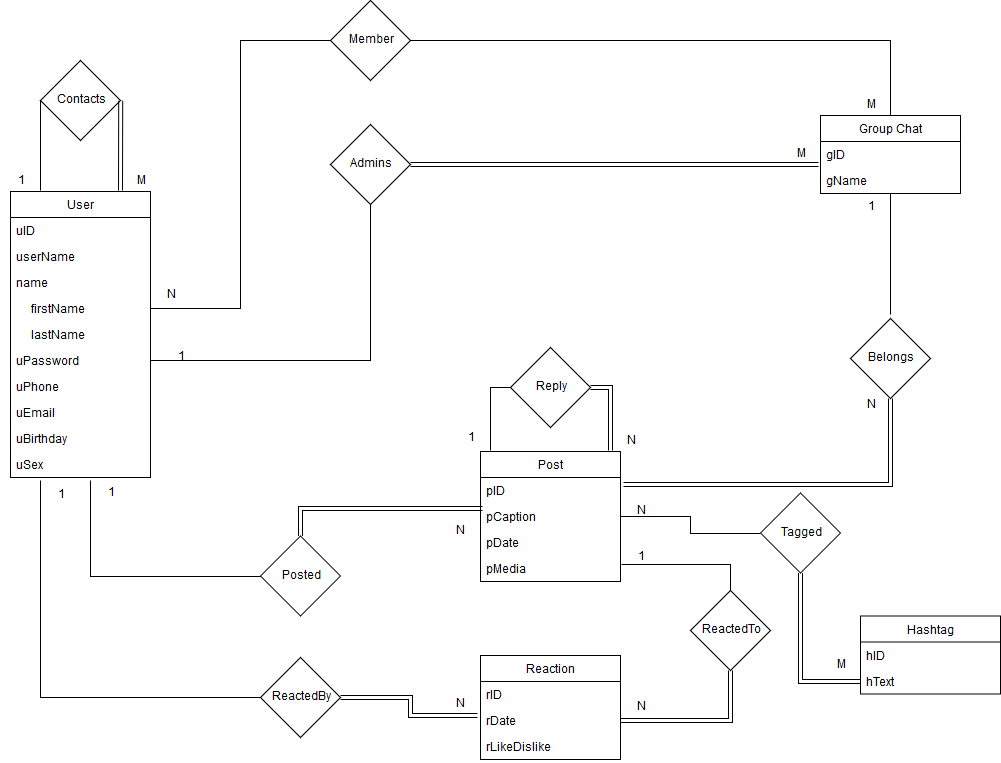
Before: ER.png, a diagram exported from draw.io (MelvinJ95/Database_Dev). Source tidied: cells renumbered, new cells last; positions are measured from the earlier drawing's top-left corner, leaving out a move shared by most shapes.
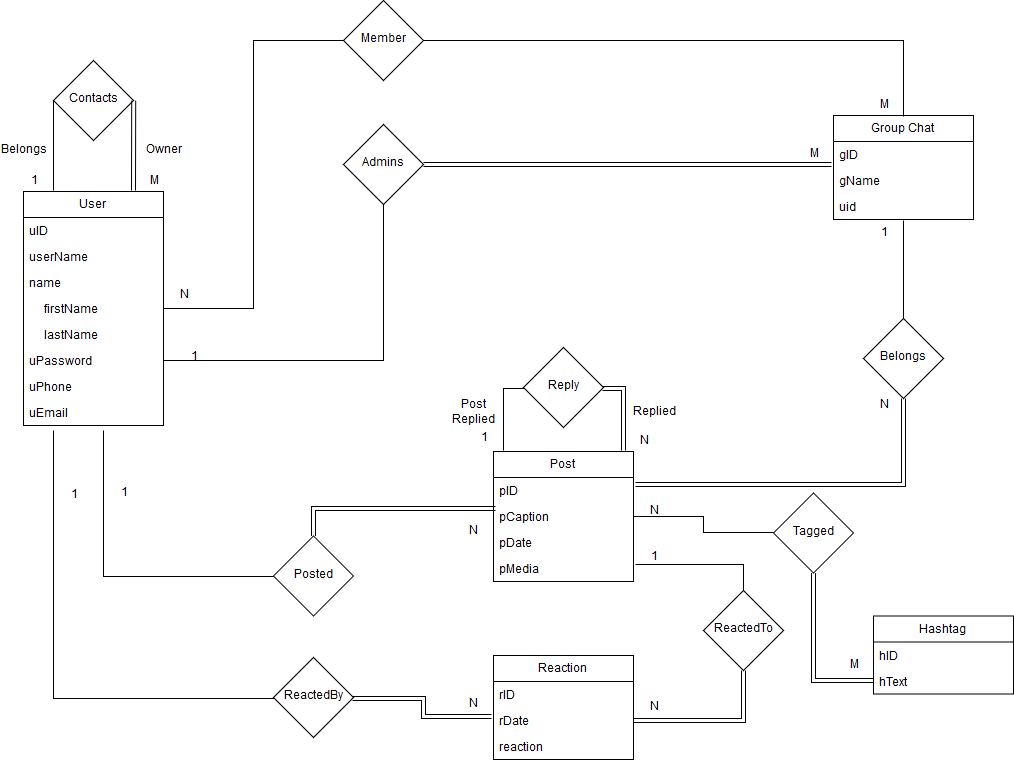
Above is the later version.

The edit, as a diff of the source:
```diff
@@ -3,7 +3,7 @@
     <mxCell id="0" />
     <mxCell id="1" parent="0" />
     <mxCell id="2" value="User" style="swimlane;fontStyle=0;horizontal=1;startSize=26;fillColor=none;" parent="1" vertex="1">
-      <mxGeometry x="10" y="191" width="140" height="286" as="geometry" />
+      <mxGeometry x="10" y="191" width="140" height="234" as="geometry" />
     </mxCell>
     <mxCell id="3" value="uID" style="text;strokeColor=none;fillColor=none;align=left;verticalAlign=top;spacingLeft=4;spacingRight=4;overflow=hidden;" parent="2" vertex="1">
       <mxGeometry y="26" width="140" height="26" as="geometry" />
@@ -29,14 +29,8 @@
     <mxCell id="10" value="uEmail" style="text;strokeColor=none;fillColor=none;align=left;verticalAlign=top;spacingLeft=4;spacingRight=4;overflow=hidden;" parent="2" vertex="1">
       <mxGeometry y="208" width="140" height="26" as="geometry" />
     </mxCell>
-    <mxCell id="11" value="uBirthday" style="text;strokeColor=none;fillColor=none;align=left;verticalAlign=top;spacingLeft=4;spacingRight=4;overflow=hidden;" parent="2" vertex="1">
-      <mxGeometry y="234" width="140" height="26" as="geometry" />
-    </mxCell>
-    <mxCell id="12" value="uSex" style="text;strokeColor=none;fillColor=none;align=left;verticalAlign=top;spacingLeft=4;spacingRight=4;overflow=hidden;" parent="2" vertex="1">
-      <mxGeometry y="260" width="140" height="26" as="geometry" />
-    </mxCell>
     <mxCell id="13" value="Group Chat" style="swimlane;fontStyle=0;horizontal=1;startSize=26;fillColor=none;" parent="1" vertex="1">
-      <mxGeometry x="820" y="115" width="140" height="78" as="geometry" />
+      <mxGeometry x="820" y="115" width="140" height="104" as="geometry" />
     </mxCell>
     <mxCell id="14" value="gID" style="text;strokeColor=none;fillColor=none;align=left;verticalAlign=top;spacingLeft=4;spacingRight=4;overflow=hidden;points=[[0,0.5],[1,0.5]];portConstraint=eastwest;" parent="13" vertex="1">
       <mxGeometry y="26" width="140" height="26" as="geometry" />
@@ -44,6 +38,9 @@
     <mxCell id="15" value="gName" style="text;strokeColor=none;fillColor=none;align=left;verticalAlign=top;spacingLeft=4;spacingRight=4;overflow=hidden;points=[[0,0.5],[1,0.5]];portConstraint=eastwest;" parent="13" vertex="1">
       <mxGeometry y="52" width="140" height="26" as="geometry" />
     </mxCell>
+    <mxCell id="73" value="uid" style="text;strokeColor=none;fillColor=none;align=left;verticalAlign=top;spacingLeft=4;spacingRight=4;overflow=hidden;" parent="13" vertex="1">
+      <mxGeometry y="78" width="140" height="26" as="geometry" />
+    </mxCell>
     <mxCell id="16" value="Reaction" style="swimlane;fontStyle=0;horizontal=1;startSize=26;fillColor=none;" parent="1" vertex="1">
       <mxGeometry x="480" y="655" width="140" height="104" as="geometry" />
     </mxCell>
@@ -53,7 +50,7 @@
     <mxCell id="18" value="rDate" style="text;strokeColor=none;fillColor=none;align=left;verticalAlign=top;spacingLeft=4;spacingRight=4;overflow=hidden;points=[[0,0.5],[1,0.5]];portConstraint=eastwest;" parent="16" vertex="1">
       <mxGeometry y="52" width="140" height="26" as="geometry" />
     </mxCell>
-    <mxCell id="19" value="rLikeDislike" style="text;strokeColor=none;fillColor=none;align=left;verticalAlign=top;spacingLeft=4;spacingRight=4;overflow=hidden;" parent="16" vertex="1">
+    <mxCell id="19" value="reaction" style="text;strokeColor=none;fillColor=none;align=left;verticalAlign=top;spacingLeft=4;spacingRight=4;overflow=hidden;" parent="16" vertex="1">
       <mxGeometry y="78" width="140" height="26" as="geometry" />
     </mxCell>
     <mxCell id="20" value="Post" style="swimlane;fontStyle=0;horizontal=1;startSize=26;fillColor=none;" parent="1" vertex="1">
@@ -100,7 +97,7 @@
     </mxCell>
     <mxCell id="34" style="edgeStyle=orthogonalEdgeStyle;rounded=0;html=1;jettySize=auto;endArrow=none;endFill=0;" parent="1" edge="1" source="36">
       <mxGeometry relative="1" as="geometry">
-        <mxPoint x="90" y="480" as="targetPoint" />
+        <mxPoint x="90" y="430" as="targetPoint" />
       </mxGeometry>
     </mxCell>
     <mxCell id="35" style="edgeStyle=orthogonalEdgeStyle;rounded=0;html=1;entryX=0.014;entryY=0.199;entryDx=0;entryDy=0;entryPerimeter=0;jettySize=auto;shape=link;" parent="1" edge="1" source="36" target="22">
@@ -111,7 +108,7 @@
     </mxCell>
     <mxCell id="37" style="edgeStyle=orthogonalEdgeStyle;rounded=0;html=1;jettySize=auto;endArrow=none;endFill=0;" parent="1" edge="1" source="39">
       <mxGeometry relative="1" as="geometry">
-        <mxPoint x="40" y="480" as="targetPoint" />
+        <mxPoint x="40" y="430" as="targetPoint" />
       </mxGeometry>
     </mxCell>
     <mxCell id="38" style="edgeStyle=orthogonalEdgeStyle;rounded=0;html=1;entryX=-0.021;entryY=1.308;entryDx=0;entryDy=0;entryPerimeter=0;jettySize=auto;shape=link;" parent="1" edge="1" source="39" target="17">
@@ -157,7 +154,7 @@
     <mxCell id="50" value="Belongs" style="rhombus;whiteSpace=wrap;html=1;" parent="1" vertex="1">
       <mxGeometry x="850" y="318" width="80" height="80" as="geometry" />
     </mxCell>
-    <mxCell id="51" style="endArrow=none;html=1;exitX=0.504;exitY=-0.052;exitDx=0;exitDy=0;exitPerimeter=0;" parent="1" edge="1" source="50" target="15">
+    <mxCell id="51" style="endArrow=none;html=1;exitX=0.5;exitY=0;exitDx=0;exitDy=0;entryX=0.992;entryY=-0.183;entryDx=0;entryDy=0;entryPerimeter=0;" parent="1" edge="1" source="50" target="70">
       <mxGeometry relative="1" as="geometry" />
     </mxCell>
     <mxCell id="52" value="Contacts" style="rhombus;whiteSpace=wrap;html=1;" parent="1" vertex="1">
@@ -220,13 +217,25 @@
       <mxGeometry x="850" y="395" width="40" height="20" as="geometry" />
     </mxCell>
     <mxCell id="70" value="1" style="text;html=1;strokeColor=none;fillColor=none;align=center;verticalAlign=middle;whiteSpace=wrap;rounded=0;" parent="1" vertex="1">
-      <mxGeometry x="850" y="197" width="40" height="20" as="geometry" />
+      <mxGeometry x="850" y="223" width="40" height="20" as="geometry" />
     </mxCell>
     <mxCell id="71" value="1" style="text;html=1;strokeColor=none;fillColor=none;align=center;verticalAlign=middle;whiteSpace=wrap;rounded=0;" parent="1" vertex="1">
       <mxGeometry x="450" y="428" width="40" height="20" as="geometry" />
     </mxCell>
-    <mxCell id="72" value="N" style="text;html=1;strokeColor=none;fillColor=none;align=center;verticalAlign=middle;whiteSpace=wrap;rounded=0;" parent="1" vertex="1">
-      <mxGeometry x="610" y="431" width="40" height="20" as="geometry" />
+    <mxCell id="72" value="Replied " style="text;html=1;strokeColor=none;fillColor=none;align=center;verticalAlign=middle;whiteSpace=wrap;rounded=0;" parent="1" vertex="1">
+      <mxGeometry x="620" y="402" width="40" height="20" as="geometry" />
     </mxCell>
+    <mxCell id="74" value="Belongs" style="text;html=1;strokeColor=none;fillColor=none;align=center;verticalAlign=middle;whiteSpace=wrap;rounded=0;" parent="1" vertex="1">
+      <mxGeometry x="-10" y="140" width="40" height="20" as="geometry" />
+    </mxCell>
+    <mxCell id="75" value="Owner" style="text;html=1;strokeColor=none;fillColor=none;align=center;verticalAlign=middle;whiteSpace=wrap;rounded=0;" parent="1" vertex="1">
+      <mxGeometry x="130" y="140" width="40" height="20" as="geometry" />
+    </mxCell>
+    <mxCell id="76" value="Post Replied" style="text;html=1;strokeColor=none;fillColor=none;align=center;verticalAlign=middle;whiteSpace=wrap;rounded=0;" parent="1" vertex="1">
+      <mxGeometry x="439.5" y="402" width="40" height="20" as="geometry" />
+    </mxCell>
+    <mxCell id="77" value="N" style="text;html=1;strokeColor=none;fillColor=none;align=center;verticalAlign=middle;whiteSpace=wrap;rounded=0;" parent="1" vertex="1">
+      <mxGeometry x="610" y="431" width="40" height="20" as="geometry" />
+    </mxCell>
   </root>
 </mxGraphModel>
```
